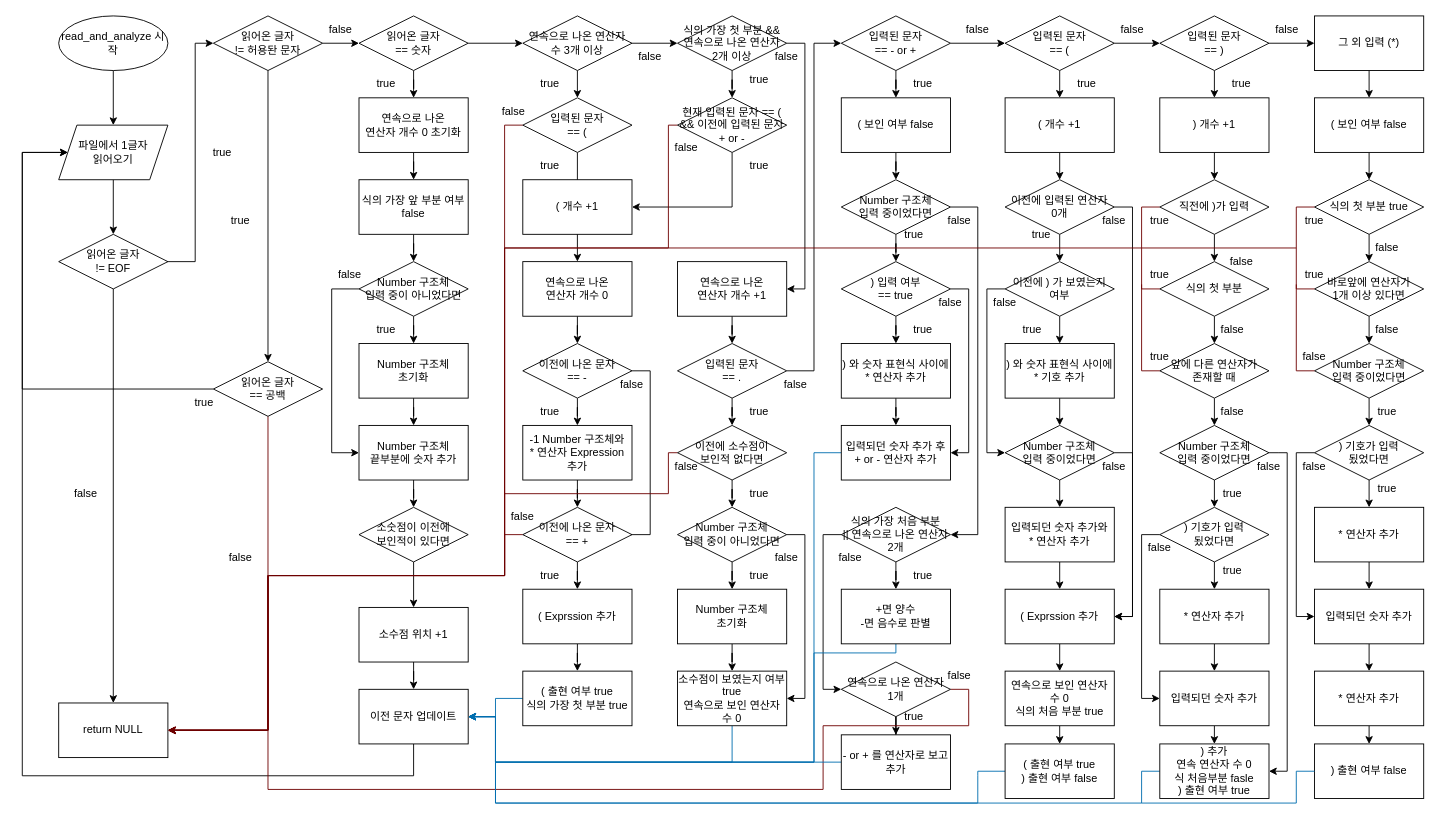
K1A2/infinite_number_calculator_c keeps this draw.io diagram as flowcharts/read_and_analyze.drawio. Above is the earlier version. Source tidied: cells renumbered, new cells numbered last; positions are measured from the earlier drawing's top-left corner, leaving out a move shared by most shapes. Both pictures are drawn from the tidied source at 91%, with x=0, y=0 at pixel (22, 15).
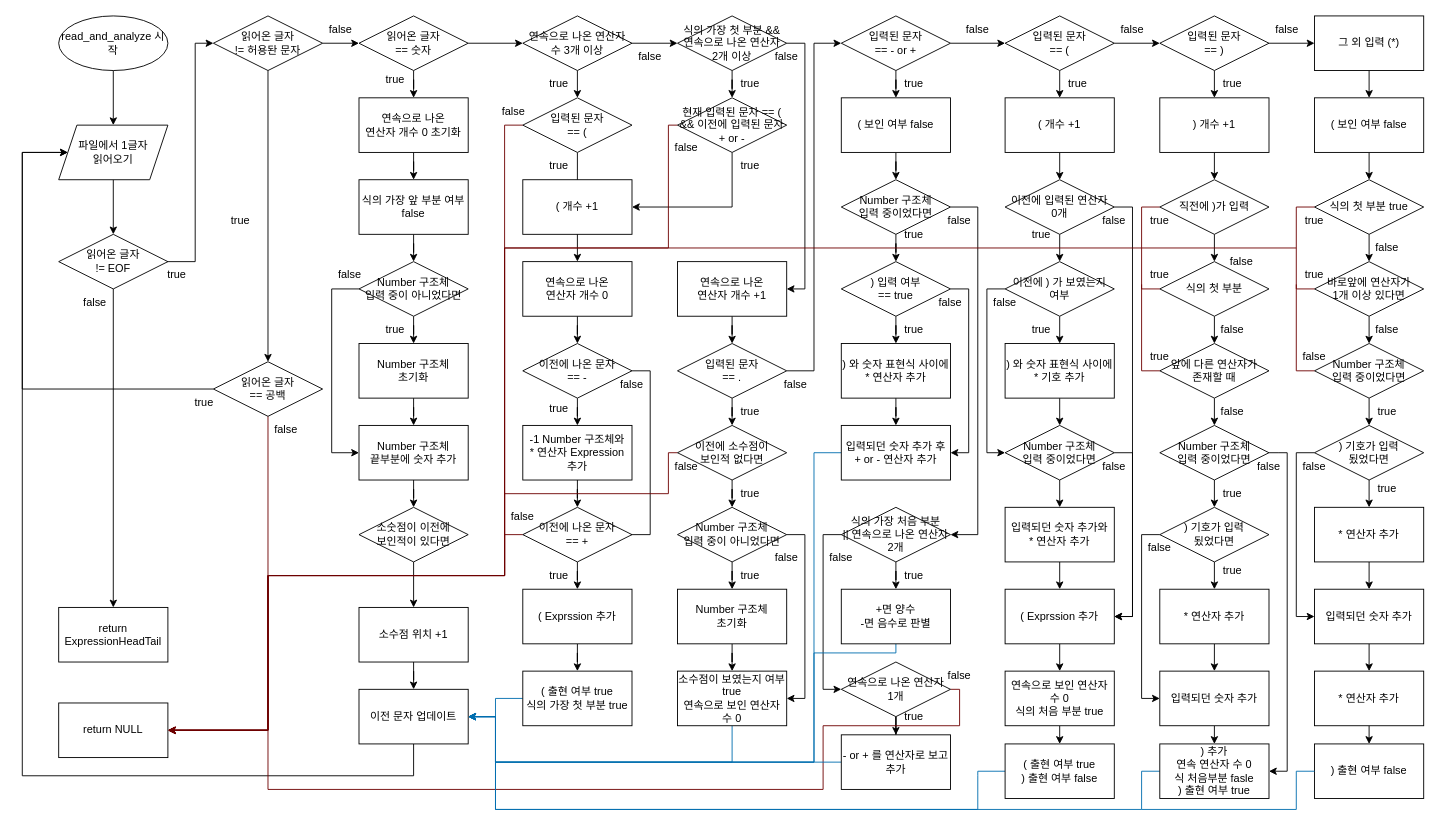
After the change.

Unchanged cells that the change refers to:
```xml
<mxCell id="8" value="읽어온 글자&lt;br&gt;!= EOF" style="rhombus;whiteSpace=wrap;html=1;" parent="1" vertex="1">
  <mxGeometry x="40" y="240" width="120" height="60" as="geometry" />
</mxCell>
<mxCell id="9" value="return NULL" style="rounded=0;whiteSpace=wrap;html=1;" parent="1" vertex="1">
  <mxGeometry x="40" y="755" width="120" height="60" as="geometry" />
</mxCell>
<mxCell id="44" value="이전 문자 업데이트" style="rounded=0;whiteSpace=wrap;html=1;" parent="1" vertex="1">
  <mxGeometry x="370" y="740" width="120" height="60" as="geometry" />
</mxCell>
<mxCell id="131" value="연속으로 나온 연산자&lt;br&gt;1개" style="rhombus;whiteSpace=wrap;html=1;" parent="1" vertex="1">
  <mxGeometry x="900" y="710" width="120" height="60" as="geometry" />
</mxCell>
<mxCell id="167" value="( 출현 여부 true&lt;br&gt;) 출현 여부 false" style="rounded=0;whiteSpace=wrap;html=1;" parent="1" vertex="1">
  <mxGeometry x="1080" y="800" width="120" height="60" as="geometry" />
</mxCell>
<mxCell id="207" value=") 추가&lt;br&gt;연속 연산자 수 0&lt;br&gt;식 처음부분 fasle&lt;br&gt;) 출현 여부 true" style="rounded=0;whiteSpace=wrap;html=1;" parent="1" vertex="1">
  <mxGeometry x="1250" y="800" width="120" height="60" as="geometry" />
</mxCell>
<mxCell id="236" value=") 출현 여부 false" style="rounded=0;whiteSpace=wrap;html=1;" parent="1" vertex="1">
  <mxGeometry x="1420" y="800" width="120" height="60" as="geometry" />
</mxCell>
```

Diff of the diagram source:
```diff
@@
-    <mxCell id="6" style="edgeStyle=orthogonalEdgeStyle;rounded=0;jettySize=auto;html=1;" parent="1" edge="1" source="8" target="9">
+    <mxCell id="6" style="edgeStyle=orthogonalEdgeStyle;rounded=0;jettySize=auto;html=1;entryX=0.5;entryY=0;entryDx=0;entryDy=0;" parent="1" edge="1" source="8" target="241">
       <mxGeometry relative="1" as="geometry" />
     </mxCell>
@@
     <mxCell id="10" value="false" style="text;html=1;strokeColor=none;fillColor=none;align=center;verticalAlign=middle;whiteSpace=wrap;rounded=0;" parent="1" vertex="1">
-      <mxGeometry x="40" y="510" width="60" height="30" as="geometry" />
+      <mxGeometry x="50" y="300" width="60" height="30" as="geometry" />
     </mxCell>
@@
     <mxCell id="18" value="false" style="text;html=1;strokeColor=none;fillColor=none;align=center;verticalAlign=middle;whiteSpace=wrap;rounded=0;" parent="1" vertex="1">
-      <mxGeometry x="210" y="580" width="60" height="30" as="geometry" />
+      <mxGeometry x="260" y="440" width="60" height="30" as="geometry" />
     </mxCell>
@@
     <mxCell id="24" value="true" style="text;html=1;strokeColor=none;fillColor=none;align=center;verticalAlign=middle;whiteSpace=wrap;rounded=0;" parent="1" vertex="1">
-      <mxGeometry x="190" y="135" width="60" height="30" as="geometry" />
+      <mxGeometry x="140" y="270" width="60" height="30" as="geometry" />
     </mxCell>
@@
     <mxCell id="29" value="true" style="text;html=1;strokeColor=none;fillColor=none;align=center;verticalAlign=middle;whiteSpace=wrap;rounded=0;" parent="1" vertex="1">
-      <mxGeometry x="370" y="60" width="60" height="30" as="geometry" />
+      <mxGeometry x="380" y="55" width="60" height="30" as="geometry" />
     </mxCell>
@@
     <mxCell id="35" value="true" style="text;html=1;strokeColor=none;fillColor=none;align=center;verticalAlign=middle;whiteSpace=wrap;rounded=0;" parent="1" vertex="1">
-      <mxGeometry x="370" y="330" width="60" height="30" as="geometry" />
+      <mxGeometry x="380" y="330" width="60" height="30" as="geometry" />
     </mxCell>
@@
     <mxCell id="57" value="true" style="text;html=1;strokeColor=none;fillColor=none;align=center;verticalAlign=middle;whiteSpace=wrap;rounded=0;" parent="1" vertex="1">
-      <mxGeometry x="550" y="60" width="60" height="30" as="geometry" />
+      <mxGeometry x="560" y="60" width="60" height="30" as="geometry" />
     </mxCell>
     <mxCell id="58" value="true" style="text;html=1;strokeColor=none;fillColor=none;align=center;verticalAlign=middle;whiteSpace=wrap;rounded=0;" parent="1" vertex="1">
-      <mxGeometry x="550" y="150" width="60" height="30" as="geometry" />
+      <mxGeometry x="560" y="150" width="60" height="30" as="geometry" />
     </mxCell>
@@
     <mxCell id="61" value="true" style="text;html=1;strokeColor=none;fillColor=none;align=center;verticalAlign=middle;whiteSpace=wrap;rounded=0;" parent="1" vertex="1">
-      <mxGeometry x="550" y="420" width="60" height="30" as="geometry" />
+      <mxGeometry x="560" y="417" width="60" height="30" as="geometry" />
     </mxCell>
@@
     <mxCell id="68" value="true" style="text;html=1;strokeColor=none;fillColor=none;align=center;verticalAlign=middle;whiteSpace=wrap;rounded=0;" parent="1" vertex="1">
-      <mxGeometry x="550" y="600" width="60" height="30" as="geometry" />
+      <mxGeometry x="560" y="600" width="60" height="30" as="geometry" />
     </mxCell>
@@
     <mxCell id="80" value="true" style="text;html=1;strokeColor=none;fillColor=none;align=center;verticalAlign=middle;whiteSpace=wrap;rounded=0;" parent="1" vertex="1">
-      <mxGeometry x="780" y="150" width="60" height="30" as="geometry" />
+      <mxGeometry x="770" y="150" width="60" height="30" as="geometry" />
     </mxCell>
@@
     <mxCell id="95" value="true" style="text;html=1;strokeColor=none;fillColor=none;align=center;verticalAlign=middle;whiteSpace=wrap;rounded=0;" parent="1" vertex="1">
-      <mxGeometry x="780" y="510" width="60" height="30" as="geometry" />
+      <mxGeometry x="770" y="510" width="60" height="30" as="geometry" />
     </mxCell>
@@
     <mxCell id="98" value="true" style="text;html=1;strokeColor=none;fillColor=none;align=center;verticalAlign=middle;whiteSpace=wrap;rounded=0;" parent="1" vertex="1">
-      <mxGeometry x="780" y="600" width="60" height="30" as="geometry" />
+      <mxGeometry x="770" y="600" width="60" height="30" as="geometry" />
     </mxCell>
@@
     <mxCell id="102" value="true" style="text;html=1;strokeColor=none;fillColor=none;align=center;verticalAlign=middle;whiteSpace=wrap;rounded=0;" parent="1" vertex="1">
-      <mxGeometry x="780" y="420" width="60" height="30" as="geometry" />
+      <mxGeometry x="770" y="420" width="60" height="30" as="geometry" />
     </mxCell>
@@
     <mxCell id="109" value="true" style="text;html=1;strokeColor=none;fillColor=none;align=center;verticalAlign=middle;whiteSpace=wrap;rounded=0;" parent="1" vertex="1">
-      <mxGeometry x="960" y="60" width="60" height="30" as="geometry" />
+      <mxGeometry x="950" y="60" width="60" height="30" as="geometry" />
     </mxCell>
@@
     <mxCell id="119" value="true" style="text;html=1;strokeColor=none;fillColor=none;align=center;verticalAlign=middle;whiteSpace=wrap;rounded=0;" parent="1" vertex="1">
-      <mxGeometry x="960" y="330" width="60" height="30" as="geometry" />
+      <mxGeometry x="950" y="330" width="60" height="30" as="geometry" />
     </mxCell>
@@
     <mxCell id="130" style="edgeStyle=orthogonalEdgeStyle;rounded=0;jettySize=auto;html=1;entryX=1;entryY=0.5;entryDx=0;entryDy=0;fillColor=#a20025;strokeColor=#6F0000;" parent="1" edge="1" source="131" target="9">
       <mxGeometry relative="1" as="geometry">
         <Array as="points">
-          <mxPoint x="1040" y="740" />
-          <mxPoint x="1040" y="780" />
+          <mxPoint x="1030" y="740" />
+          <mxPoint x="1030" y="780" />
           <mxPoint x="880" y="780" />
           <mxPoint x="880" y="850" />
           <mxPoint x="270" y="850" />
           <mxPoint x="270" y="785" />
         </Array>
       </mxGeometry>
     </mxCell>
@@
     <mxCell id="132" value="false" style="text;html=1;strokeColor=none;fillColor=none;align=center;verticalAlign=middle;whiteSpace=wrap;rounded=0;" parent="1" vertex="1">
-      <mxGeometry x="880" y="580" width="60" height="30" as="geometry" />
+      <mxGeometry x="870" y="580" width="60" height="30" as="geometry" />
     </mxCell>
     <mxCell id="133" value="true" style="text;html=1;strokeColor=none;fillColor=none;align=center;verticalAlign=middle;whiteSpace=wrap;rounded=0;" parent="1" vertex="1">
-      <mxGeometry x="960" y="600" width="60" height="30" as="geometry" />
+      <mxGeometry x="950" y="600" width="60" height="30" as="geometry" />
     </mxCell>
@@
     <mxCell id="153" value="true" style="text;html=1;strokeColor=none;fillColor=none;align=center;verticalAlign=middle;whiteSpace=wrap;rounded=0;" parent="1" vertex="1">
-      <mxGeometry x="1080" y="330" width="60" height="30" as="geometry" />
+      <mxGeometry x="1090" y="330" width="60" height="30" as="geometry" />
     </mxCell>
@@
     <mxCell id="166" style="edgeStyle=none;rounded=0;html=1;entryX=1;entryY=0.5;entryDx=0;entryDy=0;exitX=0;exitY=0.5;exitDx=0;exitDy=0;fillColor=#1ba1e2;strokeColor=#006EAF;" parent="1" edge="1" source="167" target="44">
       <mxGeometry relative="1" as="geometry">
         <Array as="points">
           <mxPoint x="1050" y="830" />
           <mxPoint x="1050" y="835" />
-          <mxPoint x="1050" y="865" />
-          <mxPoint x="520" y="865" />
+          <mxPoint x="1050" y="872" />
+          <mxPoint x="520" y="872" />
           <mxPoint x="520" y="770" />
         </Array>
       </mxGeometry>
     </mxCell>
@@
     <mxCell id="206" style="edgeStyle=none;rounded=0;html=1;entryX=1;entryY=0.5;entryDx=0;entryDy=0;fillColor=#1ba1e2;strokeColor=#006EAF;" parent="1" edge="1" source="207" target="44">
       <mxGeometry relative="1" as="geometry">
         <Array as="points">
           <mxPoint x="1230" y="830" />
-          <mxPoint x="1230" y="865" />
-          <mxPoint x="1050" y="865" />
-          <mxPoint x="520" y="865" />
+          <mxPoint x="1230" y="872" />
+          <mxPoint x="1050" y="872" />
+          <mxPoint x="520" y="872" />
           <mxPoint x="520" y="770" />
         </Array>
       </mxGeometry>
     </mxCell>
@@
     <mxCell id="237" style="endArrow=none;html=1;exitX=0;exitY=0.5;exitDx=0;exitDy=0;rounded=0;fillColor=#1ba1e2;strokeColor=#006EAF;" parent="1" edge="1" source="236">
       <mxGeometry relative="1" as="geometry">
-        <mxPoint x="1230" y="865" as="targetPoint" />
+        <mxPoint x="1230" y="872" as="targetPoint" />
         <Array as="points">
           <mxPoint x="1400" y="830" />
-          <mxPoint x="1400" y="865" />
+          <mxPoint x="1400" y="872" />
         </Array>
       </mxGeometry>
     </mxCell>
     <mxCell id="238" value="true" style="text;html=1;strokeColor=none;fillColor=none;align=center;verticalAlign=middle;whiteSpace=wrap;rounded=0;" parent="1" vertex="1">
-      <mxGeometry x="1140" y="60" width="60" height="30" as="geometry" />
+      <mxGeometry x="1130" y="60" width="60" height="30" as="geometry" />
     </mxCell>
     <mxCell id="239" value="true" style="text;html=1;strokeColor=none;fillColor=none;align=center;verticalAlign=middle;whiteSpace=wrap;rounded=0;" parent="1" vertex="1">
-      <mxGeometry x="1310" y="60" width="60" height="30" as="geometry" />
+      <mxGeometry x="1300" y="60" width="60" height="30" as="geometry" />
     </mxCell>
     <mxCell id="240" value="true" style="text;html=1;strokeColor=none;fillColor=none;align=center;verticalAlign=middle;whiteSpace=wrap;rounded=0;" parent="1" vertex="1">
-      <mxGeometry x="780" y="55" width="60" height="30" as="geometry" />
+      <mxGeometry x="770" y="60" width="60" height="30" as="geometry" />
     </mxCell>
+    <mxCell id="241" value="return ExpressionHeadTail" style="rounded=0;whiteSpace=wrap;html=1;" parent="1" vertex="1">
+      <mxGeometry x="40" y="650" width="120" height="60" as="geometry" />
+    </mxCell>
```
